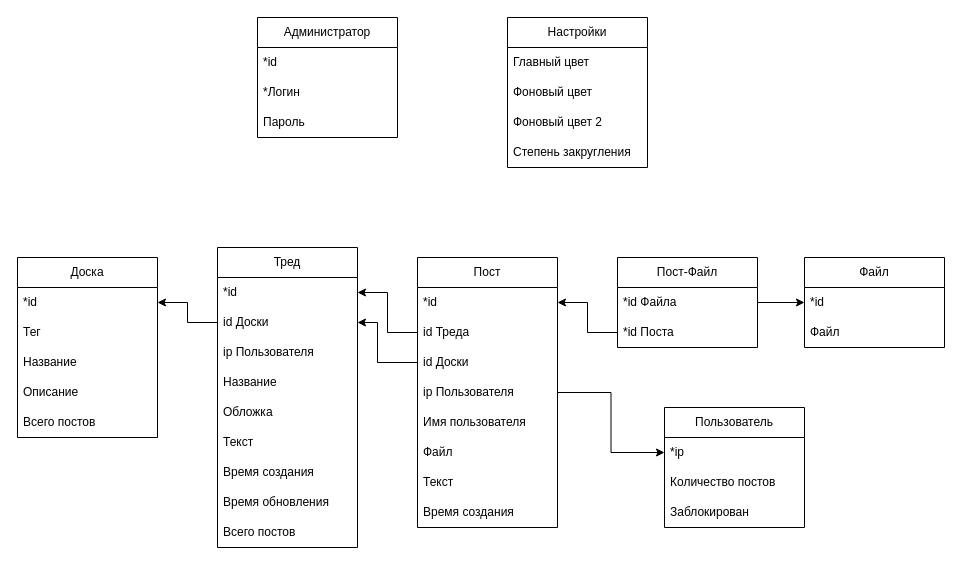
Before: relational.drawio in Urvatov/openchan-django, a draw.io diagram. Source tidied: cells renumbered, new cells numbered last; positions are measured from the earlier drawing's top-left corner, leaving out a move shared by most shapes. Both pictures are drawn from the tidied source at 100%, with x=0, y=0 at pixel (17, 17).
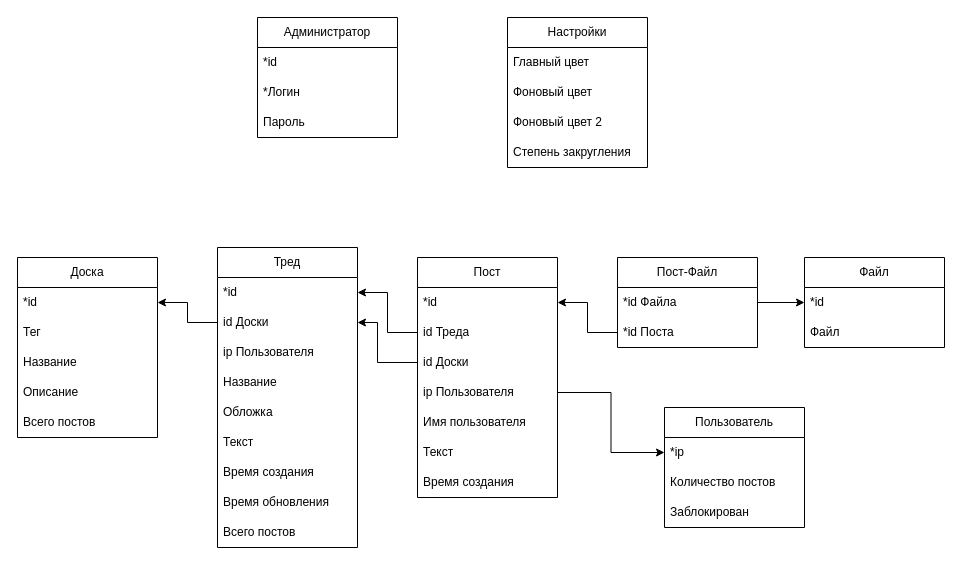
Above is the later version.

What changed in the source:
```diff
@@
     <mxCell id="18" value="Пост" style="swimlane;fontStyle=0;horizontal=1;startSize=30;whiteSpace=wrap;html=1;" parent="1" vertex="1">
-      <mxGeometry x="400" y="240" width="140" height="270" as="geometry" />
+      <mxGeometry x="400" y="240" width="140" height="240" as="geometry" />
     </mxCell>
@@
-    <mxCell id="24" value="Файл" style="text;strokeColor=none;fillColor=none;align=left;verticalAlign=middle;spacingLeft=4;spacingRight=4;overflow=hidden;whiteSpace=wrap;html=1;" parent="18" vertex="1">
-      <mxGeometry y="180" width="140" height="30" as="geometry" />
-    </mxCell>
     <mxCell id="25" value="Текст" style="text;strokeColor=none;fillColor=none;align=left;verticalAlign=middle;spacingLeft=4;spacingRight=4;overflow=hidden;whiteSpace=wrap;html=1;" parent="18" vertex="1">
-      <mxGeometry y="210" width="140" height="30" as="geometry" />
+      <mxGeometry y="180" width="140" height="30" as="geometry" />
     </mxCell>
     <mxCell id="26" value="Время создания" style="text;strokeColor=none;fillColor=none;align=left;verticalAlign=middle;spacingLeft=4;spacingRight=4;overflow=hidden;whiteSpace=wrap;html=1;" parent="18" vertex="1">
-      <mxGeometry y="240" width="140" height="30" as="geometry" />
+      <mxGeometry y="210" width="140" height="30" as="geometry" />
     </mxCell>
```
